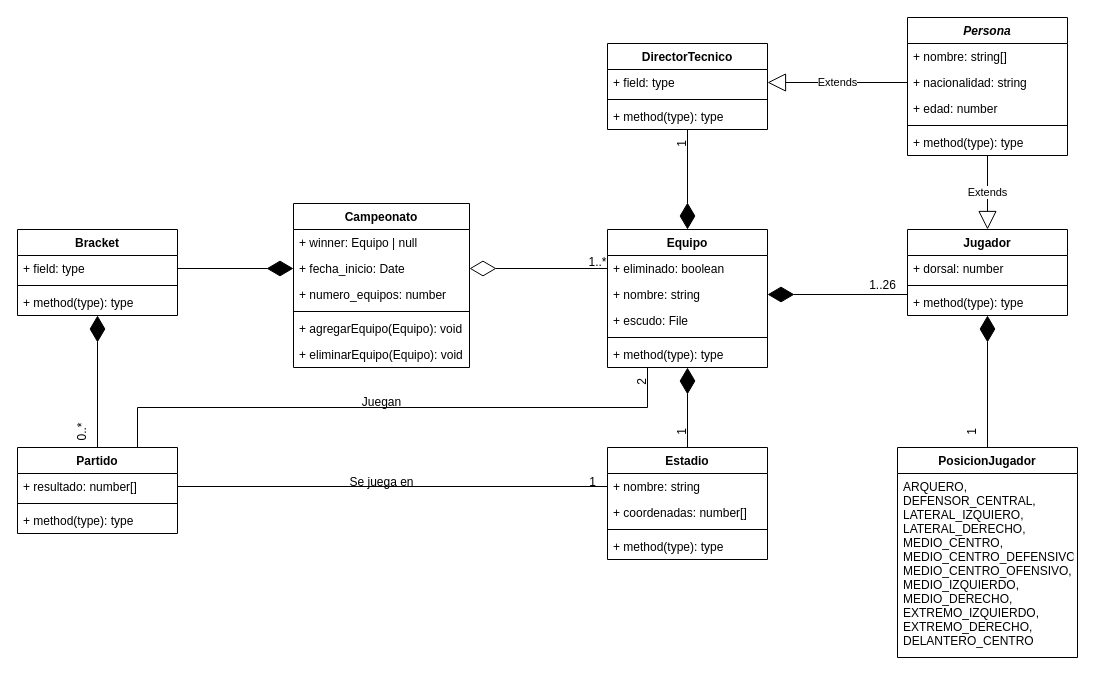
Before: Sistema campeonato.drawio in joaquinmaier/campeonato-api, a draw.io diagram. Source tidied: cells renumbered, new cells numbered last; positions are measured from the earlier drawing's top-left corner, leaving out a move shared by most shapes. Both pictures are drawn from the tidied source at 100%, with x=0, y=0 at pixel (17, 17).
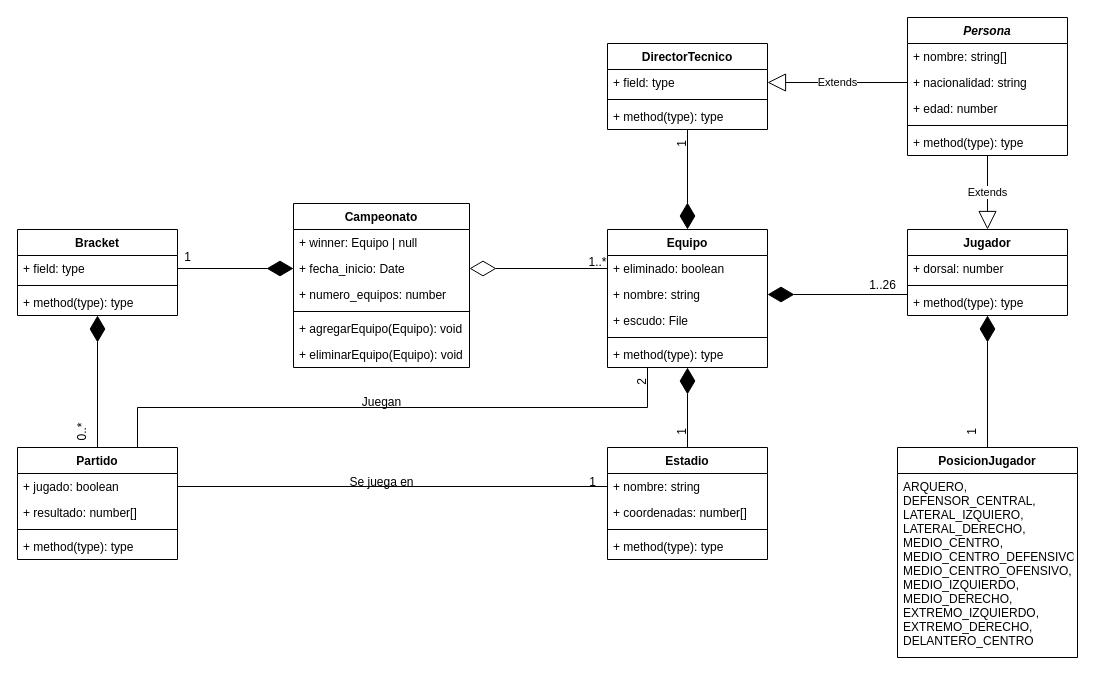
The same page after the edit.

Commit message:
Cosas que me olvide

The change refers to these unchanged cells:
```xml
<mxCell id="45" value="+ nombre: string" style="text;strokeColor=none;fillColor=none;align=left;verticalAlign=top;spacingLeft=4;spacingRight=4;overflow=hidden;points=[[0,0.5],[1,0.5]];portConstraint=eastwest;" parent="44" vertex="1">
  <mxGeometry y="26" width="160" height="26" as="geometry" />
</mxCell>
```

Diff of the diagram source:
```diff
@@
     <mxCell id="51" value="Partido" style="swimlane;fontStyle=1;align=center;verticalAlign=top;horizontal=1;startSize=26;" parent="1" vertex="1">
-      <mxGeometry y="430" width="160" height="86" as="geometry" />
+      <mxGeometry y="430" width="160" height="112" as="geometry" />
     </mxCell>
+    <mxCell id="65" value="+ jugado: boolean" style="text;strokeColor=none;fillColor=none;align=left;verticalAlign=top;spacingLeft=4;spacingRight=4;overflow=hidden;points=[[0,0.5],[1,0.5]];portConstraint=eastwest;" parent="51" vertex="1">
+      <mxGeometry y="26" width="160" height="26" as="geometry" />
+    </mxCell>
     <mxCell id="52" value="+ resultado: number[]" style="text;strokeColor=none;fillColor=none;align=left;verticalAlign=top;spacingLeft=4;spacingRight=4;overflow=hidden;points=[[0,0.5],[1,0.5]];portConstraint=eastwest;" parent="51" vertex="1">
-      <mxGeometry y="26" width="160" height="26" as="geometry" />
+      <mxGeometry y="52" width="160" height="26" as="geometry" />
     </mxCell>
     <mxCell id="53" style="line;strokeWidth=1;fillColor=none;align=left;verticalAlign=middle;spacingTop=-1;spacingLeft=3;spacingRight=3;labelPosition=right;strokeColor=inherit;" parent="51" vertex="1">
-      <mxGeometry y="52" width="160" height="8" as="geometry" />
+      <mxGeometry y="78" width="160" height="8" as="geometry" />
     </mxCell>
     <mxCell id="54" value="+ method(type): type" style="text;strokeColor=none;fillColor=none;align=left;verticalAlign=top;spacingLeft=4;spacingRight=4;overflow=hidden;" parent="51" vertex="1">
-      <mxGeometry y="60" width="160" height="26" as="geometry" />
+      <mxGeometry y="86" width="160" height="26" as="geometry" />
     </mxCell>
@@
-    <mxCell id="59" style="endArrow=none;html=1;edgeStyle=orthogonalEdgeStyle;rounded=0;exitX=1;exitY=0.5;exitDx=0;exitDy=0;entryX=0;entryY=0.5;entryDx=0;entryDy=0;" parent="1" edge="1" source="52" target="45">
+    <mxCell id="59" style="endArrow=none;html=1;edgeStyle=orthogonalEdgeStyle;rounded=0;exitX=1;exitY=0.5;exitDx=0;exitDy=0;entryX=0;entryY=0.5;entryDx=0;entryDy=0;" parent="1" edge="1" source="65" target="45">
       <mxGeometry relative="1" as="geometry" />
     </mxCell>
@@
+    <mxCell id="66" value="1" style="text;html=1;align=center;verticalAlign=middle;strokeColor=none;fillColor=none;" parent="1" vertex="1">
+      <mxGeometry x="155" y="225" width="30" height="30" as="geometry" />
+    </mxCell>
```
